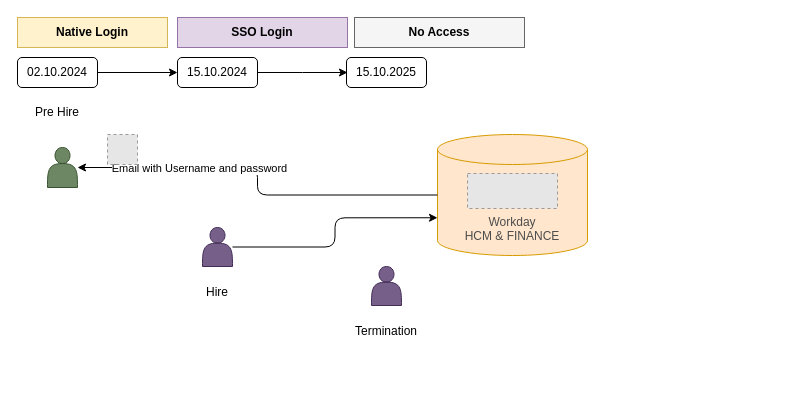
Above: Welltech AD.drawio in sandyaroma/sandyaroma (draw.io), before the change. Source tidied: cells renumbered, new cells numbered last; positions are measured from the earlier drawing's top-left corner, leaving out a move shared by most shapes. Both pictures are drawn from the tidied source at 100%, with x=0, y=0 at pixel (17, 17). Pictures stored in the file or linked from it are replaced by grey dashed boxes.
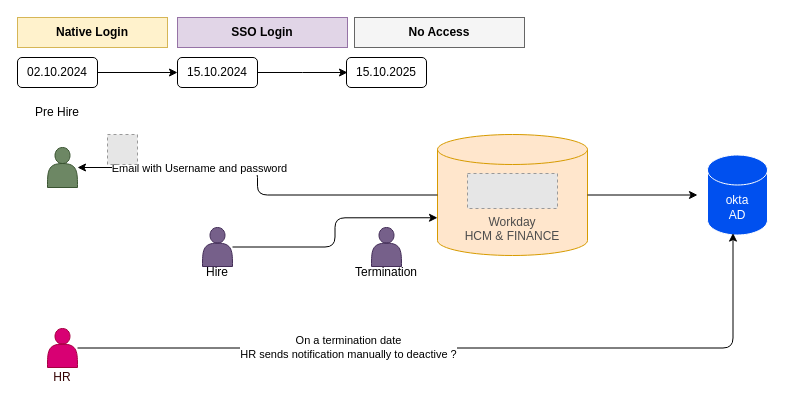
The same diagram, later.

Unchanged cells that the change refers to:
```xml
<mxCell id="2" value="&lt;div&gt;&lt;font color=&quot;#4d4d4d&quot;&gt;&lt;br&gt;&lt;/font&gt;&lt;/div&gt;&lt;div&gt;&lt;font color=&quot;#4d4d4d&quot;&gt;&lt;br&gt;&lt;/font&gt;&lt;/div&gt;&lt;font color=&quot;#4d4d4d&quot;&gt;&lt;div&gt;&lt;font color=&quot;#4d4d4d&quot;&gt;&lt;br&gt;&lt;/font&gt;&lt;/div&gt;Workday&lt;/font&gt;&lt;div&gt;&lt;font color=&quot;#4d4d4d&quot;&gt;HCM &amp;amp; FINANCE&lt;/font&gt;&lt;/div&gt;" style="shape=cylinder3;whiteSpace=wrap;html=1;boundedLbl=1;backgroundOutline=1;size=15;fillColor=#ffe6cc;strokeColor=#d79b00;" parent="1" vertex="1">
  <mxGeometry x="420" y="117" width="150" height="121" as="geometry" />
</mxCell>
```

The edit, as a diff of the source:
```diff
@@
     <mxCell id="10" value="Hire" style="text;html=1;align=center;verticalAlign=middle;whiteSpace=wrap;rounded=0;" parent="1" vertex="1">
-      <mxGeometry x="170" y="260" width="60" height="30" as="geometry" />
+      <mxGeometry x="170" y="240" width="60" height="30" as="geometry" />
     </mxCell>
@@
     <mxCell id="15" style="shape=actor;whiteSpace=wrap;html=1;fillColor=#76608a;strokeColor=#432D57;fontColor=#ffffff;" parent="1" vertex="1">
-      <mxGeometry x="354" y="249" width="30" height="39" as="geometry" />
+      <mxGeometry x="354" y="210" width="30" height="39" as="geometry" />
     </mxCell>
     <mxCell id="16" value="Termination" style="text;html=1;align=center;verticalAlign=middle;whiteSpace=wrap;rounded=0;" parent="1" vertex="1">
-      <mxGeometry x="339" y="299" width="60" height="30" as="geometry" />
+      <mxGeometry x="339" y="240" width="60" height="30" as="geometry" />
     </mxCell>
@@
+    <mxCell id="22" value="okta&lt;div&gt;AD&lt;/div&gt;" style="shape=cylinder3;whiteSpace=wrap;html=1;boundedLbl=1;backgroundOutline=1;size=15;fillColor=#0050ef;fontColor=#ffffff;strokeColor=#FFFFFF;" parent="1" vertex="1">
+      <mxGeometry x="690" y="137.5" width="60" height="80" as="geometry" />
+    </mxCell>
+    <mxCell id="23" style="edgeStyle=orthogonalEdgeStyle;rounded=0;jettySize=auto;html=1;entryX=-0.167;entryY=0.5;entryDx=0;entryDy=0;entryPerimeter=0;" parent="1" edge="1" source="2" target="22">
+      <mxGeometry relative="1" as="geometry" />
+    </mxCell>
+    <mxCell id="24" value="&lt;div&gt;&lt;br&gt;&lt;/div&gt;&lt;div&gt;&lt;br&gt;&lt;/div&gt;&lt;div&gt;&lt;br&gt;&lt;/div&gt;&lt;div&gt;&lt;br&gt;&lt;/div&gt;&lt;font color=&quot;#330000&quot;&gt;HR&lt;/font&gt;" style="shape=actor;whiteSpace=wrap;html=1;fillColor=#d80073;strokeColor=#A50040;fontColor=#ffffff;" parent="1" vertex="1">
+      <mxGeometry x="30" y="311" width="30" height="39" as="geometry" />
+    </mxCell>
+    <mxCell id="25" style="edgeStyle=orthogonalEdgeStyle;rounded=1;jettySize=auto;html=1;entryX=0.425;entryY=0.976;entryDx=0;entryDy=0;entryPerimeter=0;curved=0;" parent="1" edge="1" source="24" target="22">
+      <mxGeometry relative="1" as="geometry" />
+    </mxCell>
+    <mxCell id="26" value="On a termination date&lt;div&gt;HR sends notification manually to deactive ?&lt;/div&gt;" style="edgeLabel;html=1;align=center;verticalAlign=middle;" parent="25" vertex="1">
+      <mxGeometry x="-0.3" y="1" relative="1" as="geometry" />
+    </mxCell>
```
